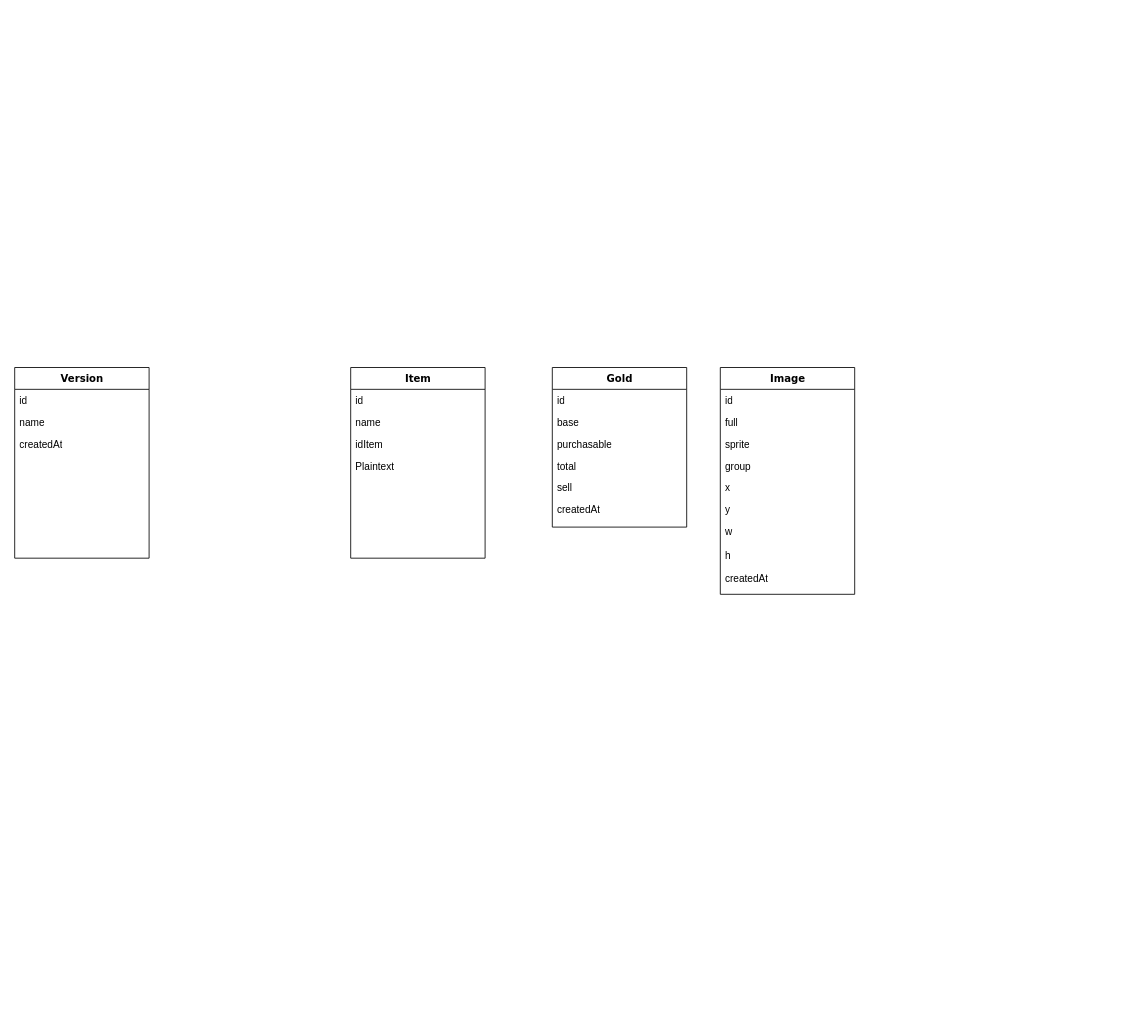
Earlier version of the draw.io diagram Untitled Diagram.drawio (zeggriim2/StatLol). Source tidied: cells renumbered, new cells numbered last; positions are measured from the earlier drawing's top-left corner, leaving out a move shared by most shapes. Both pictures are drawn from the tidied source at 84%, with x=0, y=0 at pixel (14, 367).
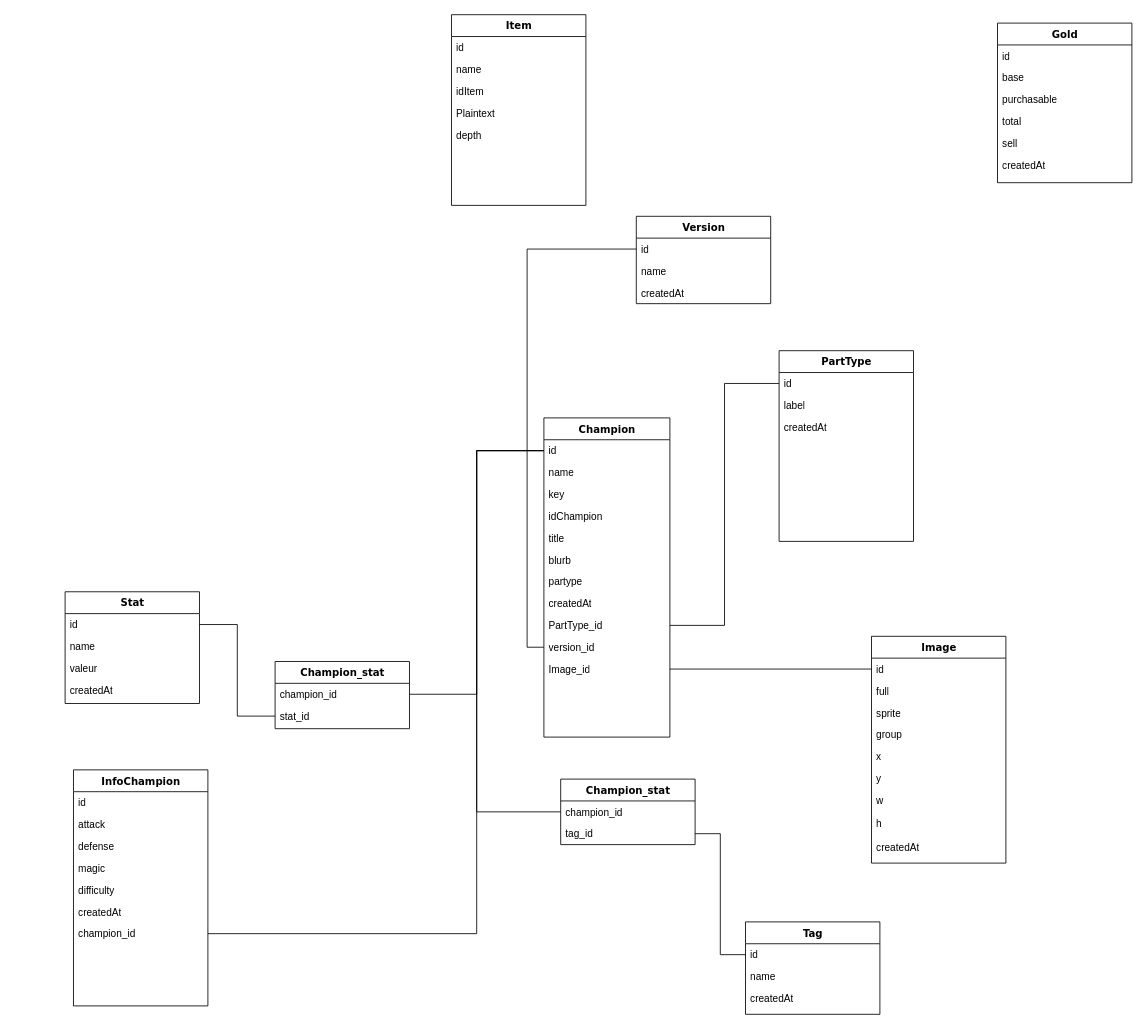
The same page after the edit.

The change refers to these unchanged cells:
```xml
<mxCell id="3" value="id" style="text;html=1;strokeColor=none;fillColor=none;align=left;verticalAlign=top;spacingLeft=4;spacingRight=4;whiteSpace=wrap;overflow=hidden;points=[[0,0.5],[1,0.5]];portConstraint=eastwest;" parent="2" vertex="1">
  <mxGeometry y="26" width="160" height="26" as="geometry" />
</mxCell>
<mxCell id="12" value="id" style="text;html=1;strokeColor=none;fillColor=none;align=left;verticalAlign=top;spacingLeft=4;spacingRight=4;whiteSpace=wrap;overflow=hidden;points=[[0,0.5],[1,0.5]];portConstraint=eastwest;" parent="11" vertex="1">
  <mxGeometry y="26" width="160" height="26" as="geometry" />
</mxCell>
```

What changed in the source:
```diff
@@
     <mxCell id="2" value="Version&lt;br&gt;" style="swimlane;html=1;fontStyle=1;align=center;verticalAlign=top;horizontal=1;startSize=26;swimlaneFillColor=#ffffff;rounded=0;shadow=0;comic=0;labelBackgroundColor=none;strokeWidth=1;fillColor=none;fontFamily=Verdana;fontSize=12;" parent="1" vertex="1">
-      <mxGeometry width="160" height="227" as="geometry" />
+      <mxGeometry x="740" y="-180" width="160" height="104" as="geometry" />
     </mxCell>
@@
     <mxCell id="6" value="Item" style="swimlane;html=1;fontStyle=1;align=center;verticalAlign=top;horizontal=1;startSize=26;swimlaneFillColor=#ffffff;rounded=0;shadow=0;comic=0;labelBackgroundColor=none;strokeWidth=1;fillColor=none;fontFamily=Verdana;fontSize=12;" parent="1" vertex="1">
-      <mxGeometry x="400" width="160" height="227" as="geometry" />
+      <mxGeometry x="520" y="-420" width="160" height="227" as="geometry" />
     </mxCell>
@@
+    <mxCell id="28" value="depth" style="text;html=1;strokeColor=none;fillColor=none;align=left;verticalAlign=top;spacingLeft=4;spacingRight=4;whiteSpace=wrap;overflow=hidden;" parent="6" vertex="1">
+      <mxGeometry y="130" width="160" height="26" as="geometry" />
+    </mxCell>
     <mxCell id="11" value="Image" style="swimlane;html=1;fontStyle=1;align=center;verticalAlign=top;horizontal=1;startSize=26;swimlaneFillColor=#ffffff;rounded=0;shadow=0;comic=0;labelBackgroundColor=none;strokeWidth=1;fillColor=none;fontFamily=Verdana;fontSize=12;" parent="1" vertex="1">
-      <mxGeometry x="840" width="160" height="270" as="geometry" />
+      <mxGeometry x="1020" y="320" width="160" height="270" as="geometry" />
     </mxCell>
@@
     <mxCell id="21" value="Gold" style="swimlane;html=1;fontStyle=1;align=center;verticalAlign=top;horizontal=1;startSize=26;swimlaneFillColor=#ffffff;rounded=0;shadow=0;comic=0;labelBackgroundColor=none;strokeWidth=1;fillColor=none;fontFamily=Verdana;fontSize=12;" parent="1" vertex="1">
-      <mxGeometry x="640" width="160" height="190" as="geometry" />
+      <mxGeometry x="1170" y="-410" width="160" height="190" as="geometry" />
     </mxCell>
@@
+    <mxCell id="29" value="Champion" style="swimlane;html=1;fontStyle=1;align=center;verticalAlign=top;horizontal=1;startSize=26;swimlaneFillColor=#ffffff;rounded=0;shadow=0;comic=0;labelBackgroundColor=none;strokeWidth=1;fillColor=none;fontFamily=Verdana;fontSize=12;" parent="1" vertex="1">
+      <mxGeometry x="630" y="60" width="150" height="380" as="geometry" />
+    </mxCell>
+    <mxCell id="30" value="id" style="text;html=1;strokeColor=none;fillColor=none;align=left;verticalAlign=top;spacingLeft=4;spacingRight=4;whiteSpace=wrap;overflow=hidden;points=[[0,0.5],[1,0.5]];portConstraint=eastwest;" parent="29" vertex="1">
+      <mxGeometry y="26" width="150" height="26" as="geometry" />
+    </mxCell>
+    <mxCell id="31" value="name" style="text;html=1;strokeColor=none;fillColor=none;align=left;verticalAlign=top;spacingLeft=4;spacingRight=4;whiteSpace=wrap;overflow=hidden;" parent="29" vertex="1">
+      <mxGeometry y="52" width="150" height="26" as="geometry" />
+    </mxCell>
+    <mxCell id="32" value="key" style="text;html=1;strokeColor=none;fillColor=none;align=left;verticalAlign=top;spacingLeft=4;spacingRight=4;whiteSpace=wrap;overflow=hidden;" parent="29" vertex="1">
+      <mxGeometry y="78" width="150" height="26" as="geometry" />
+    </mxCell>
+    <mxCell id="33" value="idChampion" style="text;html=1;strokeColor=none;fillColor=none;align=left;verticalAlign=top;spacingLeft=4;spacingRight=4;whiteSpace=wrap;overflow=hidden;" parent="29" vertex="1">
+      <mxGeometry y="104" width="150" height="26" as="geometry" />
+    </mxCell>
+    <mxCell id="34" value="title" style="text;html=1;strokeColor=none;fillColor=none;align=left;verticalAlign=top;spacingLeft=4;spacingRight=4;whiteSpace=wrap;overflow=hidden;" parent="29" vertex="1">
+      <mxGeometry y="130" width="150" height="26" as="geometry" />
+    </mxCell>
+    <mxCell id="35" value="blurb" style="text;html=1;strokeColor=none;fillColor=none;align=left;verticalAlign=top;spacingLeft=4;spacingRight=4;whiteSpace=wrap;overflow=hidden;" parent="29" vertex="1">
+      <mxGeometry y="156" width="150" height="26" as="geometry" />
+    </mxCell>
+    <mxCell id="36" value="partype" style="text;html=1;strokeColor=none;fillColor=none;align=left;verticalAlign=top;spacingLeft=4;spacingRight=4;whiteSpace=wrap;overflow=hidden;" parent="29" vertex="1">
+      <mxGeometry y="182" width="150" height="26" as="geometry" />
+    </mxCell>
+    <mxCell id="37" value="createdAt" style="text;html=1;strokeColor=none;fillColor=none;align=left;verticalAlign=top;spacingLeft=4;spacingRight=4;whiteSpace=wrap;overflow=hidden;" parent="29" vertex="1">
+      <mxGeometry y="208" width="150" height="26" as="geometry" />
+    </mxCell>
+    <mxCell id="38" value="PartType_id" style="text;html=1;strokeColor=none;fillColor=none;align=left;verticalAlign=top;spacingLeft=4;spacingRight=4;whiteSpace=wrap;overflow=hidden;points=[[0,0.5],[1,0.5]];portConstraint=eastwest;" parent="29" vertex="1">
+      <mxGeometry y="234" width="150" height="26" as="geometry" />
+    </mxCell>
+    <mxCell id="39" value="version_id" style="text;html=1;strokeColor=none;fillColor=none;align=left;verticalAlign=top;spacingLeft=4;spacingRight=4;whiteSpace=wrap;overflow=hidden;points=[[0,0.5],[1,0.5]];portConstraint=eastwest;" parent="29" vertex="1">
+      <mxGeometry y="260" width="150" height="26" as="geometry" />
+    </mxCell>
+    <mxCell id="40" value="Image_id&lt;br&gt;" style="text;html=1;strokeColor=none;fillColor=none;align=left;verticalAlign=top;spacingLeft=4;spacingRight=4;whiteSpace=wrap;overflow=hidden;points=[[0,0.5],[1,0.5]];portConstraint=eastwest;" parent="29" vertex="1">
+      <mxGeometry y="286" width="150" height="26" as="geometry" />
+    </mxCell>
+    <mxCell id="41" value="PartType" style="swimlane;html=1;fontStyle=1;align=center;verticalAlign=top;horizontal=1;startSize=26;swimlaneFillColor=#ffffff;rounded=0;shadow=0;comic=0;labelBackgroundColor=none;strokeWidth=1;fillColor=none;fontFamily=Verdana;fontSize=12;" parent="1" vertex="1">
+      <mxGeometry x="910" y="-20" width="160" height="227" as="geometry" />
+    </mxCell>
+    <mxCell id="42" value="id" style="text;html=1;strokeColor=none;fillColor=none;align=left;verticalAlign=top;spacingLeft=4;spacingRight=4;whiteSpace=wrap;overflow=hidden;points=[[0,0.5],[1,0.5]];portConstraint=eastwest;" parent="41" vertex="1">
+      <mxGeometry y="26" width="160" height="26" as="geometry" />
+    </mxCell>
+    <mxCell id="43" value="label" style="text;html=1;strokeColor=none;fillColor=none;align=left;verticalAlign=top;spacingLeft=4;spacingRight=4;whiteSpace=wrap;overflow=hidden;" parent="41" vertex="1">
+      <mxGeometry y="52" width="160" height="26" as="geometry" />
+    </mxCell>
+    <mxCell id="44" value="createdAt" style="text;html=1;strokeColor=none;fillColor=none;align=left;verticalAlign=top;spacingLeft=4;spacingRight=4;whiteSpace=wrap;overflow=hidden;" parent="41" vertex="1">
+      <mxGeometry y="78" width="160" height="26" as="geometry" />
+    </mxCell>
+    <mxCell id="45" value="Champion_stat" style="swimlane;html=1;fontStyle=1;align=center;verticalAlign=top;horizontal=1;startSize=26;swimlaneFillColor=#ffffff;rounded=0;shadow=0;comic=0;labelBackgroundColor=none;strokeWidth=1;fillColor=none;fontFamily=Verdana;fontSize=12;" parent="1" vertex="1">
+      <mxGeometry x="310" y="350" width="160" height="80" as="geometry" />
+    </mxCell>
+    <mxCell id="46" value="champion_id" style="text;html=1;strokeColor=none;fillColor=none;align=left;verticalAlign=top;spacingLeft=4;spacingRight=4;whiteSpace=wrap;overflow=hidden;points=[[0,0.5],[1,0.5]];portConstraint=eastwest;" parent="45" vertex="1">
+      <mxGeometry y="26" width="160" height="26" as="geometry" />
+    </mxCell>
+    <mxCell id="47" value="stat_id" style="text;html=1;strokeColor=none;fillColor=none;align=left;verticalAlign=top;spacingLeft=4;spacingRight=4;whiteSpace=wrap;overflow=hidden;points=[[0,0.5],[1,0.5]];portConstraint=eastwest;" parent="45" vertex="1">
+      <mxGeometry y="52" width="160" height="26" as="geometry" />
+    </mxCell>
+    <mxCell id="48" value="Stat" style="swimlane;html=1;fontStyle=1;align=center;verticalAlign=top;horizontal=1;startSize=26;swimlaneFillColor=#ffffff;rounded=0;shadow=0;comic=0;labelBackgroundColor=none;strokeWidth=1;fillColor=none;fontFamily=Verdana;fontSize=12;" parent="1" vertex="1">
+      <mxGeometry x="60" y="267" width="160" height="133" as="geometry" />
+    </mxCell>
+    <mxCell id="49" value="id" style="text;html=1;strokeColor=none;fillColor=none;align=left;verticalAlign=top;spacingLeft=4;spacingRight=4;whiteSpace=wrap;overflow=hidden;points=[[0,0.5],[1,0.5]];portConstraint=eastwest;" parent="48" vertex="1">
+      <mxGeometry y="26" width="160" height="26" as="geometry" />
+    </mxCell>
+    <mxCell id="50" value="name" style="text;html=1;strokeColor=none;fillColor=none;align=left;verticalAlign=top;spacingLeft=4;spacingRight=4;whiteSpace=wrap;overflow=hidden;" parent="48" vertex="1">
+      <mxGeometry y="52" width="160" height="26" as="geometry" />
+    </mxCell>
+    <mxCell id="51" value="valeur" style="text;html=1;strokeColor=none;fillColor=none;align=left;verticalAlign=top;spacingLeft=4;spacingRight=4;whiteSpace=wrap;overflow=hidden;" parent="48" vertex="1">
+      <mxGeometry y="78" width="160" height="26" as="geometry" />
+    </mxCell>
+    <mxCell id="52" value="createdAt" style="text;html=1;strokeColor=none;fillColor=none;align=left;verticalAlign=top;spacingLeft=4;spacingRight=4;whiteSpace=wrap;overflow=hidden;" parent="48" vertex="1">
+      <mxGeometry y="104" width="160" height="26" as="geometry" />
+    </mxCell>
+    <mxCell id="53" style="edgeStyle=orthogonalEdgeStyle;rounded=0;jettySize=auto;html=1;endArrow=none;endFill=0;" parent="1" edge="1" source="49" target="47">
+      <mxGeometry relative="1" as="geometry" />
+    </mxCell>
+    <mxCell id="54" style="edgeStyle=orthogonalEdgeStyle;rounded=0;jettySize=auto;html=1;endArrow=none;endFill=0;" parent="1" edge="1" source="30" target="46">
+      <mxGeometry relative="1" as="geometry" />
+    </mxCell>
+    <mxCell id="55" style="edgeStyle=orthogonalEdgeStyle;rounded=0;jettySize=auto;html=1;endArrow=none;endFill=0;" parent="1" edge="1" source="39" target="3">
+      <mxGeometry relative="1" as="geometry">
+        <Array as="points">
+          <mxPoint x="610" y="333" />
+          <mxPoint x="610" y="-141" />
+        </Array>
+      </mxGeometry>
+    </mxCell>
+    <mxCell id="56" style="edgeStyle=orthogonalEdgeStyle;rounded=0;jettySize=auto;html=1;endArrow=none;endFill=0;" parent="1" edge="1" source="40" target="12">
+      <mxGeometry relative="1" as="geometry" />
+    </mxCell>
+    <mxCell id="57" style="edgeStyle=orthogonalEdgeStyle;rounded=0;jettySize=auto;html=1;endArrow=none;endFill=0;" parent="1" edge="1" source="38" target="42">
+      <mxGeometry relative="1" as="geometry" />
+    </mxCell>
+    <mxCell id="58" value="InfoChampion" style="swimlane;html=1;fontStyle=1;align=center;verticalAlign=top;horizontal=1;startSize=26;swimlaneFillColor=#ffffff;rounded=0;shadow=0;comic=0;labelBackgroundColor=none;strokeWidth=1;fillColor=none;fontFamily=Verdana;fontSize=12;" parent="1" vertex="1">
+      <mxGeometry x="70" y="479" width="160" height="281" as="geometry" />
+    </mxCell>
+    <mxCell id="59" value="id" style="text;html=1;strokeColor=none;fillColor=none;align=left;verticalAlign=top;spacingLeft=4;spacingRight=4;whiteSpace=wrap;overflow=hidden;" parent="58" vertex="1">
+      <mxGeometry y="26" width="160" height="26" as="geometry" />
+    </mxCell>
+    <mxCell id="60" value="attack" style="text;html=1;strokeColor=none;fillColor=none;align=left;verticalAlign=top;spacingLeft=4;spacingRight=4;whiteSpace=wrap;overflow=hidden;" parent="58" vertex="1">
+      <mxGeometry y="52" width="160" height="26" as="geometry" />
+    </mxCell>
+    <mxCell id="61" value="defense" style="text;html=1;strokeColor=none;fillColor=none;align=left;verticalAlign=top;spacingLeft=4;spacingRight=4;whiteSpace=wrap;overflow=hidden;" parent="58" vertex="1">
+      <mxGeometry y="78" width="160" height="26" as="geometry" />
+    </mxCell>
+    <mxCell id="62" value="magic" style="text;html=1;strokeColor=none;fillColor=none;align=left;verticalAlign=top;spacingLeft=4;spacingRight=4;whiteSpace=wrap;overflow=hidden;" parent="58" vertex="1">
+      <mxGeometry y="104" width="160" height="26" as="geometry" />
+    </mxCell>
+    <mxCell id="63" value="difficulty" style="text;html=1;strokeColor=none;fillColor=none;align=left;verticalAlign=top;spacingLeft=4;spacingRight=4;whiteSpace=wrap;overflow=hidden;" parent="58" vertex="1">
+      <mxGeometry y="130" width="160" height="26" as="geometry" />
+    </mxCell>
+    <mxCell id="64" value="createdAt" style="text;html=1;strokeColor=none;fillColor=none;align=left;verticalAlign=top;spacingLeft=4;spacingRight=4;whiteSpace=wrap;overflow=hidden;" parent="58" vertex="1">
+      <mxGeometry y="156" width="160" height="26" as="geometry" />
+    </mxCell>
+    <mxCell id="65" value="champion_id" style="text;html=1;strokeColor=none;fillColor=none;align=left;verticalAlign=top;spacingLeft=4;spacingRight=4;whiteSpace=wrap;overflow=hidden;points=[[0,0.5],[1,0.5]];portConstraint=eastwest;" parent="58" vertex="1">
+      <mxGeometry y="182" width="160" height="26" as="geometry" />
+    </mxCell>
+    <mxCell id="66" style="edgeStyle=orthogonalEdgeStyle;rounded=0;jettySize=auto;html=1;endArrow=none;endFill=0;" parent="1" edge="1" source="65" target="30">
+      <mxGeometry relative="1" as="geometry">
+        <Array as="points">
+          <mxPoint x="550" y="674" />
+          <mxPoint x="550" y="99" />
+        </Array>
+      </mxGeometry>
+    </mxCell>
+    <mxCell id="67" value="Tag" style="swimlane;html=1;fontStyle=1;align=center;verticalAlign=top;horizontal=1;startSize=26;swimlaneFillColor=#ffffff;rounded=0;shadow=0;comic=0;labelBackgroundColor=none;strokeWidth=1;fillColor=none;fontFamily=Verdana;fontSize=12;" parent="1" vertex="1">
+      <mxGeometry x="870" y="660" width="160" height="110" as="geometry" />
+    </mxCell>
+    <mxCell id="68" value="id" style="text;html=1;strokeColor=none;fillColor=none;align=left;verticalAlign=top;spacingLeft=4;spacingRight=4;whiteSpace=wrap;overflow=hidden;points=[[0,0.5],[1,0.5]];portConstraint=eastwest;" parent="67" vertex="1">
+      <mxGeometry y="26" width="160" height="26" as="geometry" />
+    </mxCell>
+    <mxCell id="69" value="name" style="text;html=1;strokeColor=none;fillColor=none;align=left;verticalAlign=top;spacingLeft=4;spacingRight=4;whiteSpace=wrap;overflow=hidden;" parent="67" vertex="1">
+      <mxGeometry y="52" width="160" height="26" as="geometry" />
+    </mxCell>
+    <mxCell id="70" value="createdAt" style="text;html=1;strokeColor=none;fillColor=none;align=left;verticalAlign=top;spacingLeft=4;spacingRight=4;whiteSpace=wrap;overflow=hidden;" parent="67" vertex="1">
+      <mxGeometry y="78" width="160" height="26" as="geometry" />
+    </mxCell>
+    <mxCell id="71" value="Champion_stat" style="swimlane;html=1;fontStyle=1;align=center;verticalAlign=top;horizontal=1;startSize=26;swimlaneFillColor=#ffffff;rounded=0;shadow=0;comic=0;labelBackgroundColor=none;strokeWidth=1;fillColor=none;fontFamily=Verdana;fontSize=12;" parent="1" vertex="1">
+      <mxGeometry x="650" y="490" width="160" height="78" as="geometry" />
+    </mxCell>
+    <mxCell id="72" value="champion_id" style="text;html=1;strokeColor=none;fillColor=none;align=left;verticalAlign=top;spacingLeft=4;spacingRight=4;whiteSpace=wrap;overflow=hidden;points=[[0,0.5],[1,0.5]];portConstraint=eastwest;" parent="71" vertex="1">
+      <mxGeometry y="26" width="160" height="26" as="geometry" />
+    </mxCell>
+    <mxCell id="73" value="tag_id" style="text;html=1;strokeColor=none;fillColor=none;align=left;verticalAlign=top;spacingLeft=4;spacingRight=4;whiteSpace=wrap;overflow=hidden;points=[[0,0.5],[1,0.5]];portConstraint=eastwest;" parent="71" vertex="1">
+      <mxGeometry y="52" width="160" height="26" as="geometry" />
+    </mxCell>
+    <mxCell id="74" style="edgeStyle=orthogonalEdgeStyle;rounded=0;jettySize=auto;html=1;endArrow=none;endFill=0;" parent="1" edge="1" source="68" target="73">
+      <mxGeometry relative="1" as="geometry" />
+    </mxCell>
+    <mxCell id="75" style="edgeStyle=orthogonalEdgeStyle;rounded=0;jettySize=auto;html=1;endArrow=none;endFill=0;" parent="1" edge="1" source="72" target="30">
+      <mxGeometry relative="1" as="geometry">
+        <Array as="points">
+          <mxPoint x="550" y="529" />
+          <mxPoint x="550" y="99" />
+        </Array>
+      </mxGeometry>
+    </mxCell>
```
